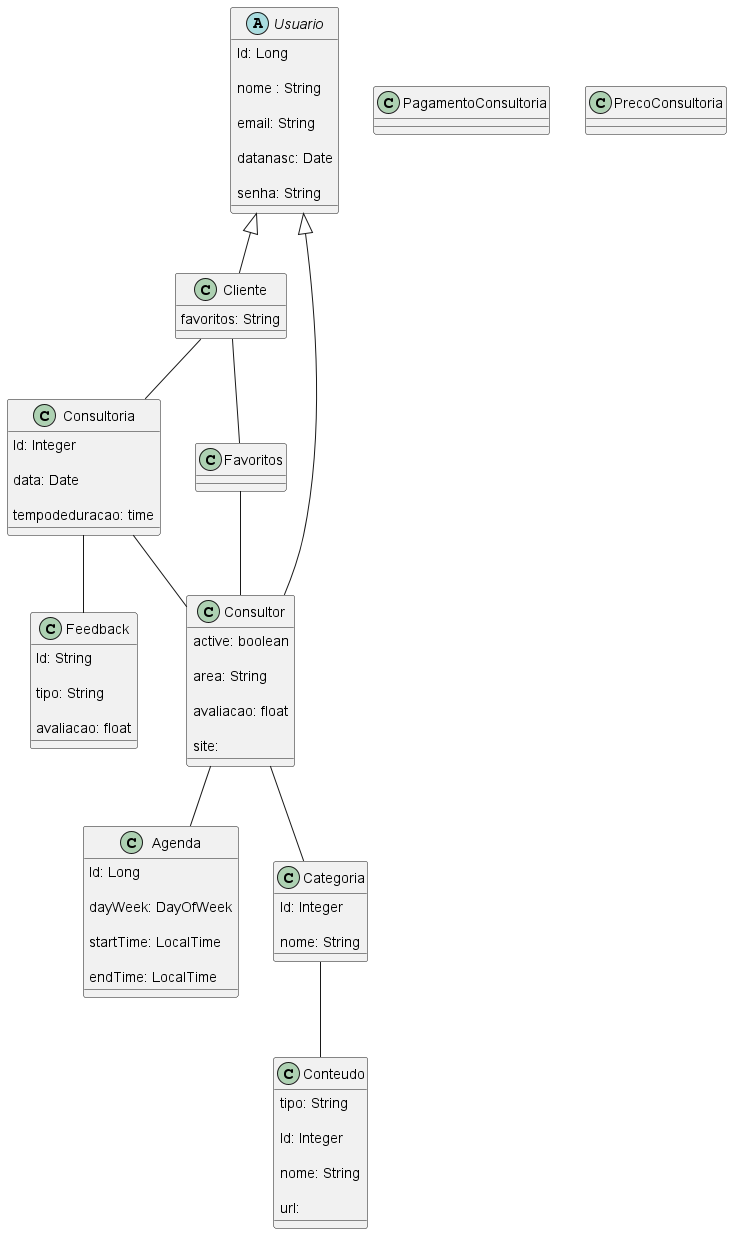
The PlantUML diagram docs/modConceitual/Modelo Conceitual.png in camycamyha/projetoEngSoftware, before a commit.
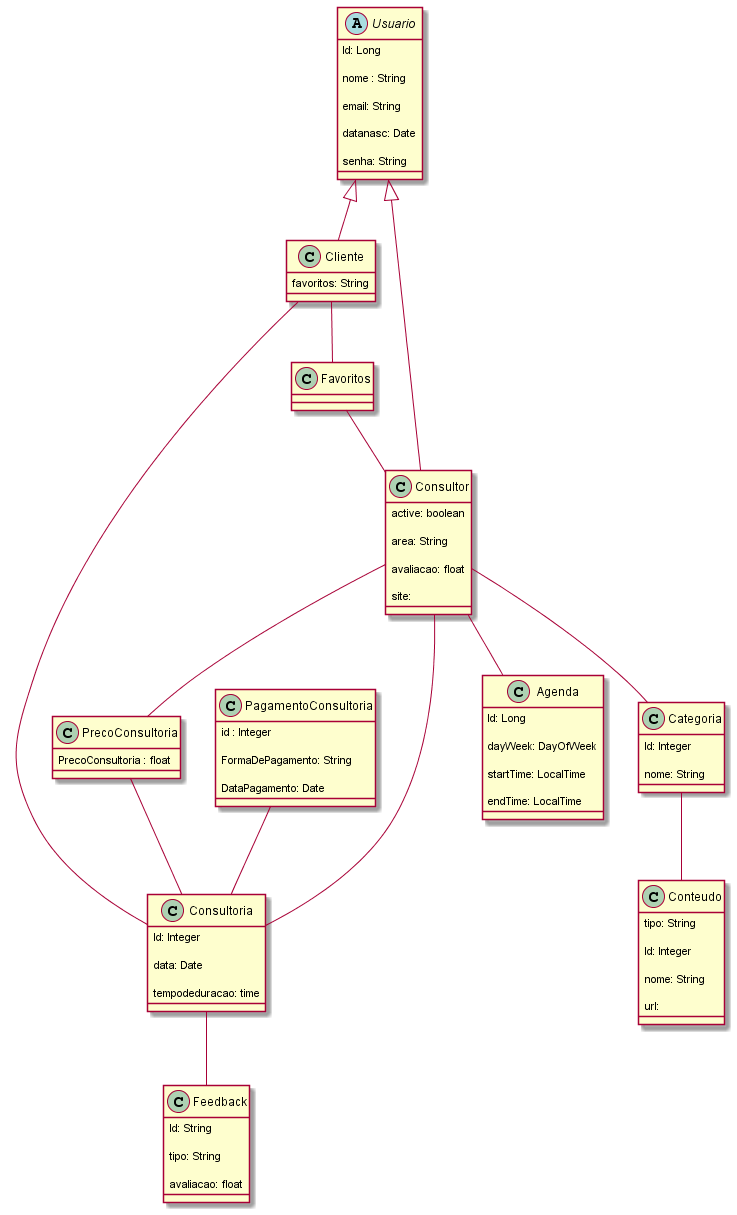
Above is the later version.

Commit message:
mudança no modelo conceitual png 25/09/23

Diff of the diagram source:
```diff
@@ -62,15 +62,18 @@
 
  class PagamentoConsultoria {
 
+   id : Integer
+
+   FormaDePagamento: String
+
+   DataPagamento: Date
+}
+
+class PrecoConsultoria{
+
+   PrecoConsultoria : float
 
 }
-
-
-class PrecoConsultoria {
-
-
-}
-
 
 
 class Agenda {
@@ -144,4 +147,11 @@
 
 Consultor -- Agenda
 
+PagamentoConsultoria -- Consultoria
+
+PrecoConsultoria -- Consultoria
+
+Consultor -- PrecoConsultoria
+
+
 @enduml
```
